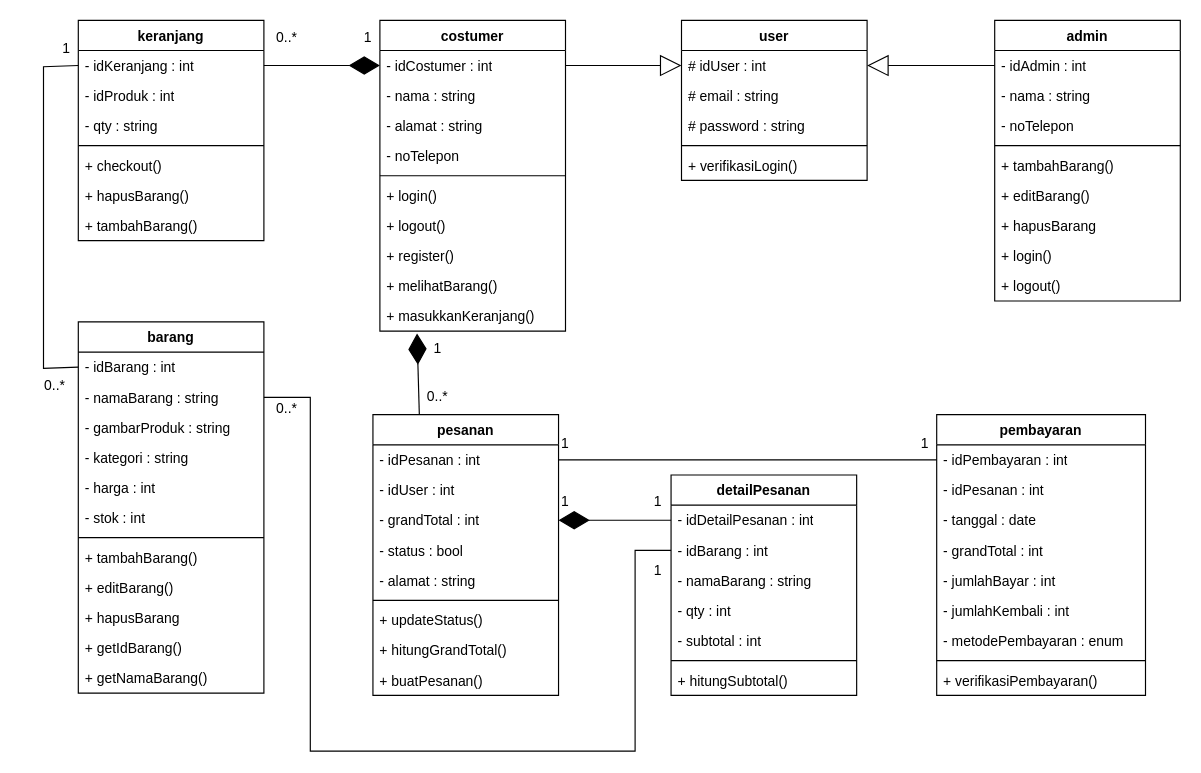
The draw.io diagram Class-Diagram-Ecommerce-Elektronik.drawio in zerocode0806/Flowchart-E-Comerce-Elektronik, before the edit. Source tidied: cells renumbered, new cells numbered last; positions are measured from the earlier drawing's top-left corner, leaving out a move shared by most shapes. Both pictures are drawn from the tidied source at 116%, with x=0, y=0 at pixel (20, 20).
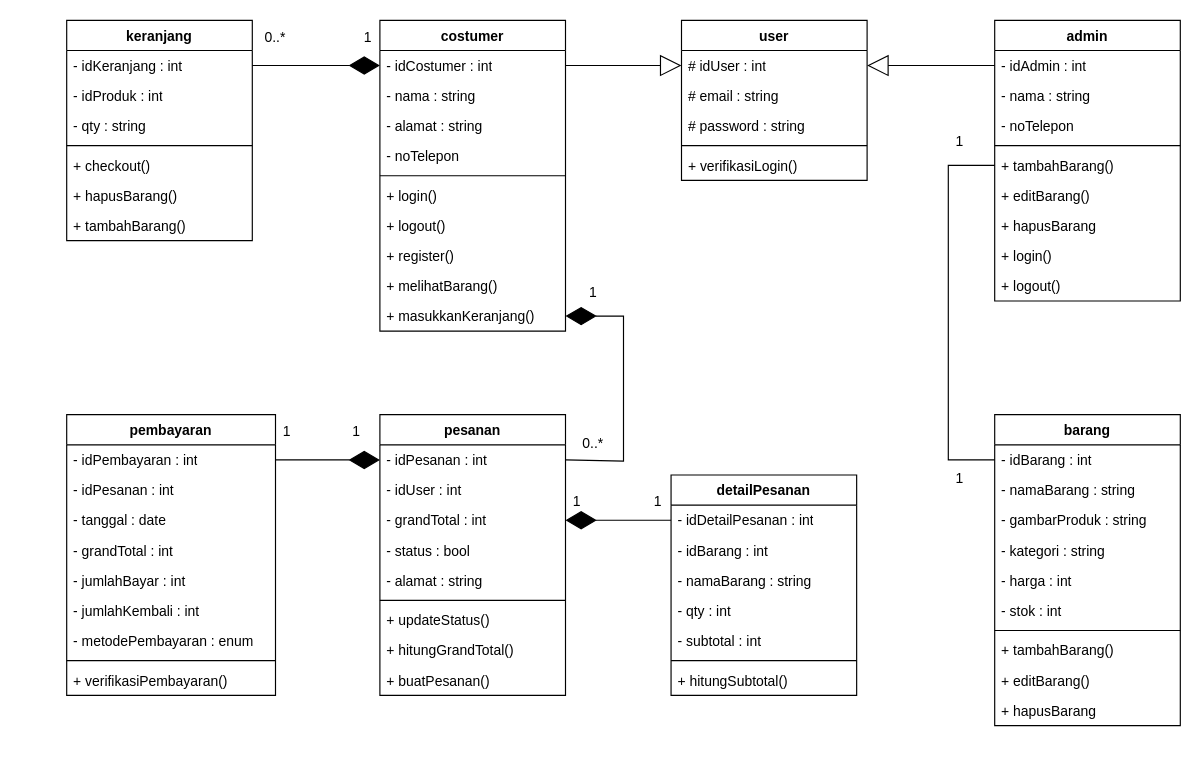
Above is the later version.

Unchanged cells that the change refers to:
```xml
<mxCell id="18" value="+ masukkanKeranjang()" style="text;strokeColor=none;fillColor=none;align=left;verticalAlign=top;spacingLeft=4;spacingRight=4;overflow=hidden;points=[[0,0.5],[1,0.5]];portConstraint=eastwest;whiteSpace=wrap;html=1;" parent="8" vertex="1">
  <mxGeometry y="242" width="160" height="26" as="geometry" />
</mxCell>
<mxCell id="24" value="+ tambahBarang()" style="text;strokeColor=none;fillColor=none;align=left;verticalAlign=top;spacingLeft=4;spacingRight=4;overflow=hidden;points=[[0,0.5],[1,0.5]];portConstraint=eastwest;whiteSpace=wrap;html=1;" parent="19" vertex="1">
  <mxGeometry y="112" width="160" height="26" as="geometry" />
</mxCell>
<mxCell id="30" value="- idKeranjang : int" style="text;strokeColor=none;fillColor=none;align=left;verticalAlign=top;spacingLeft=4;spacingRight=4;overflow=hidden;points=[[0,0.5],[1,0.5]];portConstraint=eastwest;whiteSpace=wrap;html=1;" parent="29" vertex="1">
  <mxGeometry y="26" width="160" height="26" as="geometry" />
</mxCell>
<mxCell id="39" value="- idPesanan : int" style="text;strokeColor=none;fillColor=none;align=left;verticalAlign=top;spacingLeft=4;spacingRight=4;overflow=hidden;points=[[0,0.5],[1,0.5]];portConstraint=eastwest;whiteSpace=wrap;html=1;" parent="38" vertex="1">
  <mxGeometry y="26" width="160" height="26" as="geometry" />
</mxCell>
<mxCell id="41" value="- grandTotal : int" style="text;strokeColor=none;fillColor=none;align=left;verticalAlign=top;spacingLeft=4;spacingRight=4;overflow=hidden;points=[[0,0.5],[1,0.5]];portConstraint=eastwest;whiteSpace=wrap;html=1;" parent="38" vertex="1">
  <mxGeometry y="78" width="160" height="26" as="geometry" />
</mxCell>
<mxCell id="49" value="- idDetailPesanan : int" style="text;strokeColor=none;fillColor=none;align=left;verticalAlign=top;spacingLeft=4;spacingRight=4;overflow=hidden;points=[[0,0.5],[1,0.5]];portConstraint=eastwest;whiteSpace=wrap;html=1;" parent="48" vertex="1">
  <mxGeometry y="26" width="160" height="26" as="geometry" />
</mxCell>
<mxCell id="50" value="- idBarang : int" style="text;strokeColor=none;fillColor=none;align=left;verticalAlign=top;spacingLeft=4;spacingRight=4;overflow=hidden;points=[[0,0.5],[1,0.5]];portConstraint=eastwest;whiteSpace=wrap;html=1;" parent="48" vertex="1">
  <mxGeometry y="52" width="160" height="26" as="geometry" />
</mxCell>
<mxCell id="65" value="- idBarang : int" style="text;strokeColor=none;fillColor=none;align=left;verticalAlign=top;spacingLeft=4;spacingRight=4;overflow=hidden;points=[[0,0.5],[1,0.5]];portConstraint=eastwest;whiteSpace=wrap;html=1;" parent="64" vertex="1">
  <mxGeometry y="26" width="160" height="26" as="geometry" />
</mxCell>
<mxCell id="66" value="- namaBarang : string" style="text;strokeColor=none;fillColor=none;align=left;verticalAlign=top;spacingLeft=4;spacingRight=4;overflow=hidden;points=[[0,0.5],[1,0.5]];portConstraint=eastwest;whiteSpace=wrap;html=1;" parent="64" vertex="1">
  <mxGeometry y="52" width="160" height="26" as="geometry" />
</mxCell>
<mxCell id="84" value="- idPembayaran : int" style="text;strokeColor=none;fillColor=none;align=left;verticalAlign=top;spacingLeft=4;spacingRight=4;overflow=hidden;points=[[0,0.5],[1,0.5]];portConstraint=eastwest;whiteSpace=wrap;html=1;" parent="83" vertex="1">
  <mxGeometry y="26" width="180" height="26" as="geometry" />
</mxCell>
```

Diff of the diagram source:
```diff
@@
     <mxCell id="29" value="keranjang" style="swimlane;fontStyle=1;align=center;verticalAlign=top;horizontal=1;startSize=26;whiteSpace=wrap;html=1;" parent="1" vertex="1">
-      <mxGeometry x="50" width="160" height="190" as="geometry" />
+      <mxGeometry x="40" width="160" height="190" as="geometry" />
     </mxCell>
@@
     <mxCell id="38" value="pesanan" style="swimlane;fontStyle=1;align=center;verticalAlign=top;horizontal=1;startSize=26;whiteSpace=wrap;html=1;" parent="1" vertex="1">
-      <mxGeometry x="304" y="340" width="160" height="242" as="geometry" />
+      <mxGeometry x="310" y="340" width="160" height="242" as="geometry" />
     </mxCell>
@@
-    <mxCell id="56" style="endArrow=diamondThin;endFill=1;endSize=24;html=1;rounded=0;exitX=0.25;exitY=0;exitDx=0;exitDy=0;entryX=0.2;entryY=1.077;entryDx=0;entryDy=0;entryPerimeter=0;" parent="1" edge="1" source="38" target="18">
-      <mxGeometry relative="1" as="geometry" />
+    <mxCell id="56" style="endArrow=diamondThin;endFill=1;endSize=24;html=1;rounded=0;exitX=1;exitY=0.5;exitDx=0;exitDy=0;entryX=1;entryY=0.5;entryDx=0;entryDy=0;" parent="1" edge="1" source="39" target="18">
+      <mxGeometry relative="1" as="geometry">
+        <Array as="points">
+          <mxPoint x="520" y="380" />
+          <mxPoint x="520" y="255" />
+        </Array>
+      </mxGeometry>
     </mxCell>
-    <mxCell id="57" style="endArrow=diamondThin;endFill=1;endSize=24;html=1;rounded=0;exitX=0;exitY=0.5;exitDx=0;exitDy=0;" parent="1" edge="1" source="49">
-      <mxGeometry relative="1" as="geometry">
-        <mxPoint x="464" y="431" as="targetPoint" />
-      </mxGeometry>
+    <mxCell id="57" style="endArrow=diamondThin;endFill=1;endSize=24;html=1;rounded=0;exitX=0;exitY=0.5;exitDx=0;exitDy=0;entryX=1;entryY=0.5;entryDx=0;entryDy=0;" parent="1" edge="1" source="49" target="41">
+      <mxGeometry relative="1" as="geometry" />
     </mxCell>
@@
     <mxCell id="59" value="0..*" style="text;html=1;whiteSpace=wrap;strokeColor=none;fillColor=none;align=center;verticalAlign=middle;rounded=0;" parent="1" vertex="1">
-      <mxGeometry x="200" width="60" height="30" as="geometry" />
+      <mxGeometry x="190" width="60" height="30" as="geometry" />
     </mxCell>
     <mxCell id="60" value="1" style="text;html=1;whiteSpace=wrap;strokeColor=none;fillColor=none;align=center;verticalAlign=middle;rounded=0;" parent="1" vertex="1">
-      <mxGeometry x="330" y="268" width="60" height="30" as="geometry" />
+      <mxGeometry x="464" y="220" width="60" height="30" as="geometry" />
     </mxCell>
     <mxCell id="61" value="0..*" style="text;html=1;whiteSpace=wrap;strokeColor=none;fillColor=none;align=center;verticalAlign=middle;rounded=0;" parent="1" vertex="1">
-      <mxGeometry x="330" y="310" width="60" height="30" as="geometry" />
+      <mxGeometry x="464" y="350" width="60" height="30" as="geometry" />
     </mxCell>
@@
     <mxCell id="63" value="1" style="text;html=1;whiteSpace=wrap;strokeColor=none;fillColor=none;align=center;verticalAlign=middle;rounded=0;" parent="1" vertex="1">
-      <mxGeometry x="440" y="400" width="60" height="30" as="geometry" />
+      <mxGeometry x="450" y="400" width="60" height="30" as="geometry" />
     </mxCell>
     <mxCell id="64" value="barang" style="swimlane;fontStyle=1;align=center;verticalAlign=top;horizontal=1;startSize=26;whiteSpace=wrap;html=1;" parent="1" vertex="1">
-      <mxGeometry x="50" y="260" width="160" height="320" as="geometry" />
+      <mxGeometry x="840" y="340" width="160" height="268" as="geometry" />
     </mxCell>
@@
-    <mxCell id="75" value="+ getIdBarang()&amp;nbsp;" style="text;strokeColor=none;fillColor=none;align=left;verticalAlign=top;spacingLeft=4;spacingRight=4;overflow=hidden;whiteSpace=wrap;html=1;" parent="64" vertex="1">
-      <mxGeometry y="268" width="160" height="26" as="geometry" />
-    </mxCell>
-    <mxCell id="76" value="+ getNamaBarang()&amp;nbsp;" style="text;strokeColor=none;fillColor=none;align=left;verticalAlign=top;spacingLeft=4;spacingRight=4;overflow=hidden;whiteSpace=wrap;html=1;" parent="64" vertex="1">
-      <mxGeometry y="294" width="160" height="26" as="geometry" />
-    </mxCell>
-    <mxCell id="77" style="endArrow=none;html=1;rounded=0;entryX=0;entryY=0.5;entryDx=0;entryDy=0;exitX=0;exitY=0.5;exitDx=0;exitDy=0;" parent="1" edge="1" source="30" target="65">
-      <mxGeometry relative="1" as="geometry">
-        <Array as="points">
-          <mxPoint x="20" y="40" />
-          <mxPoint x="20" y="300" />
-        </Array>
-      </mxGeometry>
-    </mxCell>
-    <mxCell id="78" value="0..*" style="text;html=1;whiteSpace=wrap;strokeColor=none;fillColor=none;align=center;verticalAlign=middle;rounded=0;" parent="1" vertex="1">
-      <mxGeometry y="300" width="60" height="30" as="geometry" />
-    </mxCell>
-    <mxCell id="79" value="1" style="text;html=1;whiteSpace=wrap;strokeColor=none;fillColor=none;align=center;verticalAlign=middle;rounded=0;" parent="1" vertex="1">
-      <mxGeometry x="10" y="10" width="60" height="30" as="geometry" />
-    </mxCell>
-    <mxCell id="80" style="endArrow=none;html=1;rounded=0;entryX=0;entryY=0.5;entryDx=0;entryDy=0;exitX=1;exitY=0.5;exitDx=0;exitDy=0;" parent="1" edge="1" source="66" target="50">
-      <mxGeometry relative="1" as="geometry">
-        <Array as="points">
-          <mxPoint x="250" y="325" />
-          <mxPoint x="250" y="630" />
-          <mxPoint x="390" y="630" />
-          <mxPoint x="530" y="630" />
-          <mxPoint x="530" y="457" />
-        </Array>
-      </mxGeometry>
-    </mxCell>
-    <mxCell id="81" value="1" style="text;html=1;whiteSpace=wrap;strokeColor=none;fillColor=none;align=center;verticalAlign=middle;rounded=0;" parent="1" vertex="1">
-      <mxGeometry x="520" y="460" width="60" height="30" as="geometry" />
-    </mxCell>
-    <mxCell id="82" value="0..*" style="text;html=1;whiteSpace=wrap;strokeColor=none;fillColor=none;align=center;verticalAlign=middle;rounded=0;" parent="1" vertex="1">
-      <mxGeometry x="200" y="320" width="60" height="30" as="geometry" />
-    </mxCell>
     <mxCell id="83" value="pembayaran" style="swimlane;fontStyle=1;align=center;verticalAlign=top;horizontal=1;startSize=26;whiteSpace=wrap;html=1;" parent="1" vertex="1">
-      <mxGeometry x="790" y="340" width="180" height="242" as="geometry" />
+      <mxGeometry x="40" y="340" width="180" height="242" as="geometry" />
     </mxCell>
@@
-    <mxCell id="93" style="endArrow=none;html=1;rounded=0;exitX=1;exitY=0.5;exitDx=0;exitDy=0;entryX=0;entryY=0.5;entryDx=0;entryDy=0;" parent="1" edge="1" source="39" target="84">
-      <mxGeometry relative="1" as="geometry" />
-    </mxCell>
     <mxCell id="94" value="1" style="text;html=1;whiteSpace=wrap;strokeColor=none;fillColor=none;align=center;verticalAlign=middle;rounded=0;" parent="1" vertex="1">
-      <mxGeometry x="750" y="350" width="60" height="30" as="geometry" />
+      <mxGeometry x="260" y="340" width="60" height="30" as="geometry" />
     </mxCell>
     <mxCell id="95" value="1" style="text;html=1;whiteSpace=wrap;strokeColor=none;fillColor=none;align=center;verticalAlign=middle;rounded=0;" parent="1" vertex="1">
-      <mxGeometry x="440" y="350" width="60" height="30" as="geometry" />
+      <mxGeometry x="200" y="340" width="60" height="30" as="geometry" />
     </mxCell>
@@
+    <mxCell id="98" style="endArrow=none;html=1;rounded=0;entryX=0;entryY=0.5;entryDx=0;entryDy=0;exitX=0;exitY=0.5;exitDx=0;exitDy=0;" parent="1" edge="1" source="65" target="24">
+      <mxGeometry relative="1" as="geometry">
+        <Array as="points">
+          <mxPoint x="800" y="379" />
+          <mxPoint x="800" y="125" />
+        </Array>
+      </mxGeometry>
+    </mxCell>
+    <mxCell id="99" style="endArrow=diamondThin;endFill=1;endSize=24;html=1;rounded=0;exitX=1;exitY=0.5;exitDx=0;exitDy=0;entryX=0;entryY=0.5;entryDx=0;entryDy=0;" parent="1" edge="1" source="84" target="39">
+      <mxGeometry relative="1" as="geometry" />
+    </mxCell>
+    <mxCell id="100" value="1" style="text;html=1;whiteSpace=wrap;strokeColor=none;fillColor=none;align=center;verticalAlign=middle;rounded=0;" parent="1" vertex="1">
+      <mxGeometry x="780" y="90" width="60" height="30" as="geometry" />
+    </mxCell>
+    <mxCell id="101" value="1" style="text;html=1;whiteSpace=wrap;strokeColor=none;fillColor=none;align=center;verticalAlign=middle;rounded=0;" parent="1" vertex="1">
+      <mxGeometry x="780" y="380" width="60" height="30" as="geometry" />
+    </mxCell>
```
